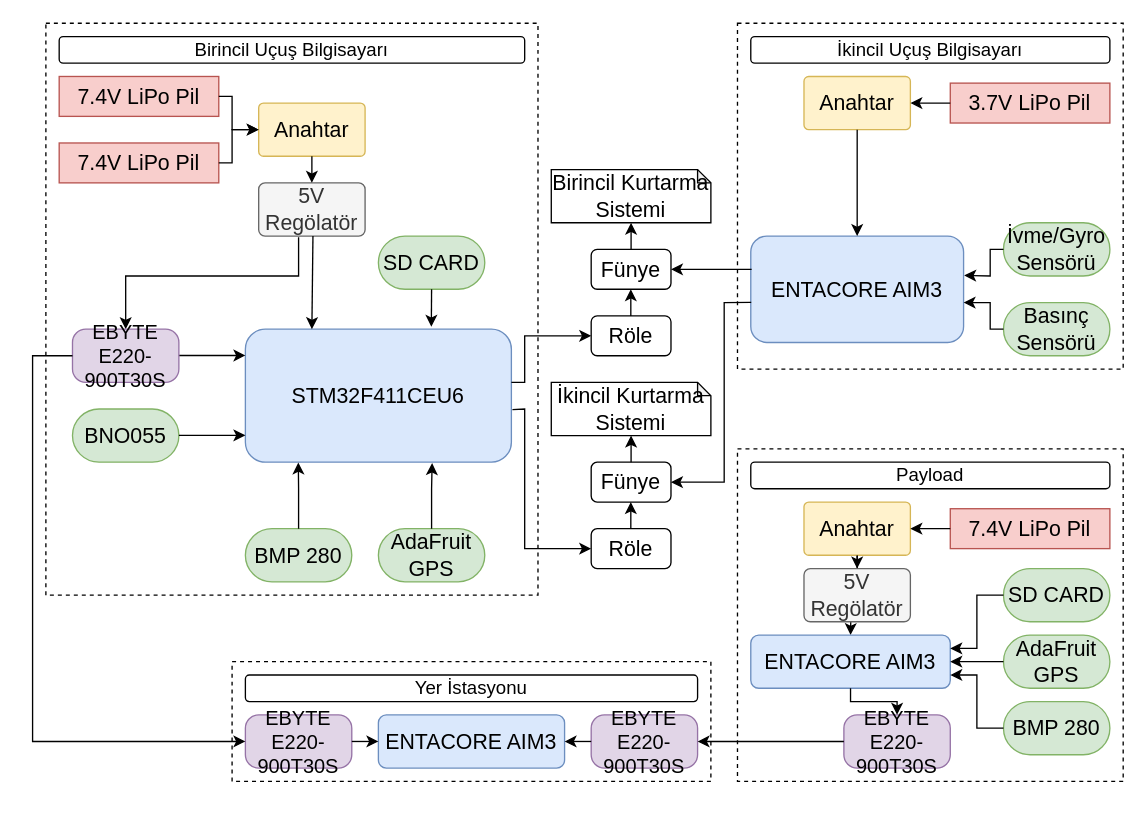
Above: Başlıksız Diyagram.drawio in cemmgrgn/cemgirgin.github.io (draw.io), before the change. Source tidied: cells renumbered, new cells numbered last; positions are measured from the earlier drawing's top-left corner, leaving out a move shared by most shapes. Both pictures are drawn from the tidied source at 133%, with x=0, y=0 at pixel (32, 23).
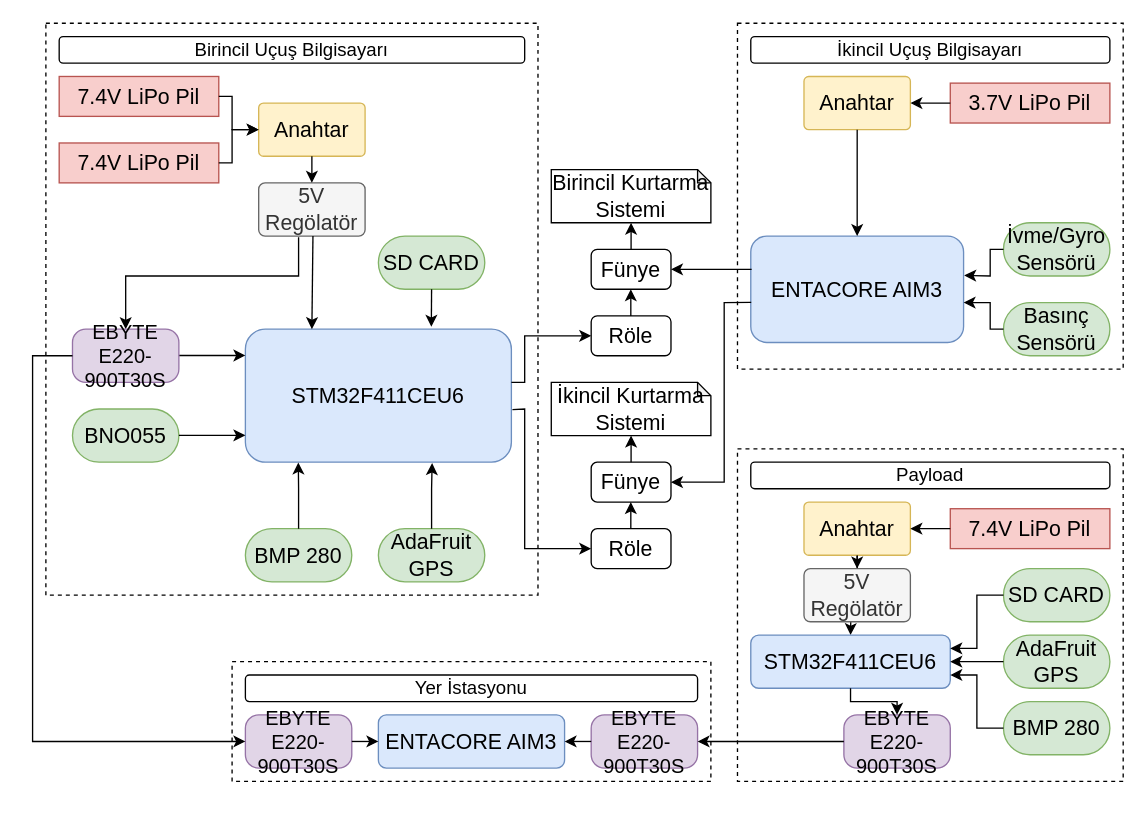
The same page after the edit.

The edit, as a diff of the source:
```diff
@@
-    <mxCell id="52" value="ENTACORE AIM3" style="rounded=1;whiteSpace=wrap;html=1;fillColor=#dae8fc;strokeColor=#6c8ebf;fontFamily=Calibri;fontSize=16;" parent="1" vertex="1">
+    <mxCell id="52" value="STM32F411CEU6" style="rounded=1;whiteSpace=wrap;html=1;fillColor=#dae8fc;strokeColor=#6c8ebf;fontFamily=Calibri;fontSize=16;" parent="1" vertex="1">
       <mxGeometry x="540" y="460" width="150" height="40" as="geometry" />
     </mxCell>
```
